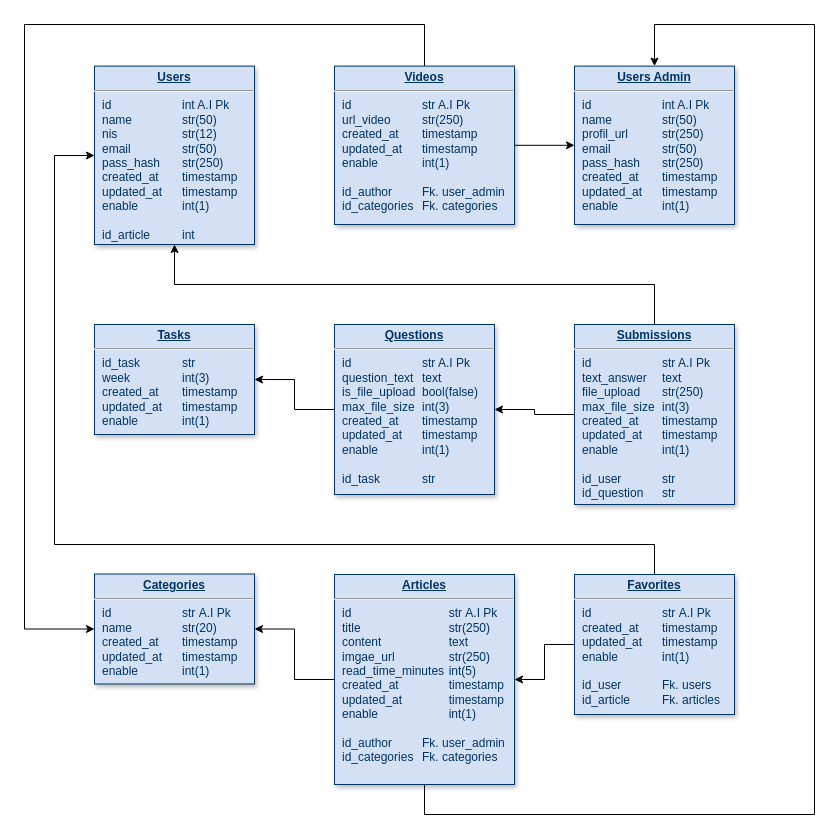
unustudents/ekonseling keeps this draw.io diagram as Database.drawio. Above is the earlier version. Source tidied: cells renumbered, new cells numbered last; positions are measured from the earlier drawing's top-left corner, leaving out a move shared by most shapes. Both pictures are drawn from the tidied source at 100%, with x=0, y=0 at pixel (24, 24).
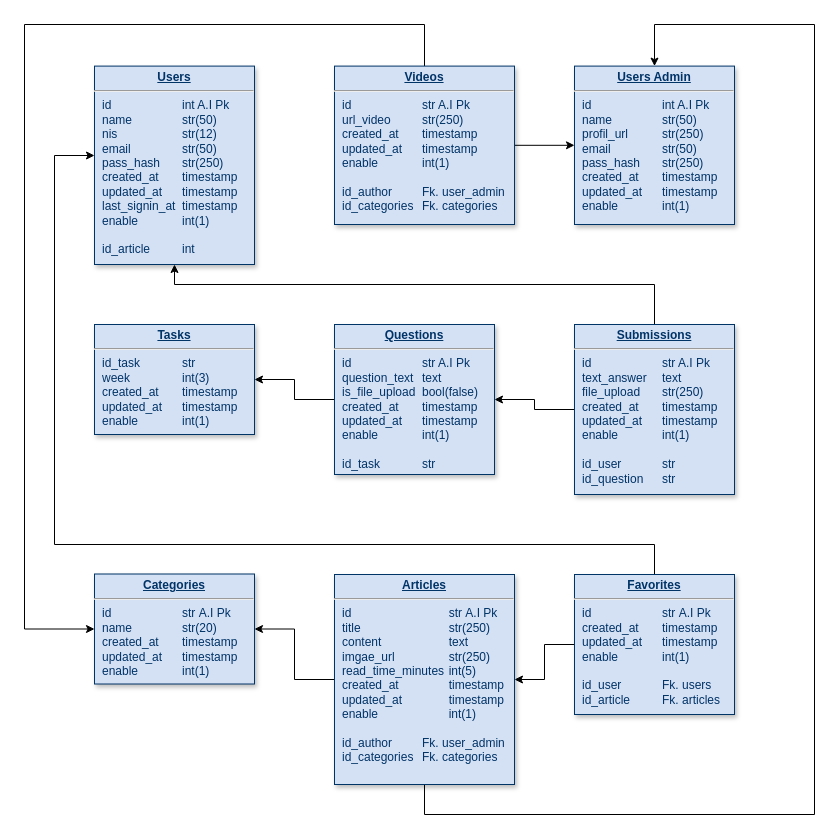
After the change.

The edit, as a diff of the source:
```diff
@@
-    <mxCell id="5" value="&lt;p style=&quot;margin: 0px; margin-top: 4px; text-align: center; text-decoration: underline;&quot;&gt;&lt;strong&gt;Users&lt;/strong&gt;&lt;/p&gt;&lt;hr&gt;&lt;p style=&quot;margin: 0px; margin-left: 8px;&quot;&gt;id&lt;span style=&quot;white-space: pre;&quot;&gt;&#9;&lt;span style=&quot;white-space: pre;&quot;&gt;&#9;&lt;span style=&quot;white-space: pre;&quot;&gt;&#9;&lt;/span&gt;int A.I Pk&lt;/span&gt;&lt;/span&gt;&lt;/p&gt;&lt;p style=&quot;margin: 0px; margin-left: 8px;&quot;&gt;name&lt;span style=&quot;white-space: pre;&quot;&gt;&#9;&lt;span style=&quot;white-space: pre;&quot;&gt;&#9;&lt;/span&gt;&lt;/span&gt;str(50)&lt;/p&gt;&lt;p style=&quot;margin: 0px; margin-left: 8px;&quot;&gt;nis&lt;span style=&quot;white-space: pre;&quot;&gt;&#9;&lt;/span&gt;&lt;span style=&quot;white-space: pre;&quot;&gt;&#9;&lt;span style=&quot;white-space: pre;&quot;&gt;&#9;&lt;/span&gt;str(12)&lt;/span&gt;&lt;/p&gt;&lt;p style=&quot;margin: 0px; margin-left: 8px;&quot;&gt;email&lt;span style=&quot;white-space: pre;&quot;&gt;&#9;&lt;/span&gt;&lt;span style=&quot;white-space: pre;&quot;&gt;&#9;&lt;/span&gt;str(50)&lt;/p&gt;&lt;p style=&quot;margin: 0px; margin-left: 8px;&quot;&gt;pass_hash&lt;span style=&quot;white-space: pre;&quot;&gt;&#9;&lt;/span&gt;str(250)&lt;/p&gt;&lt;p style=&quot;margin: 0px; margin-left: 8px;&quot;&gt;&lt;span style=&quot;background-color: initial;&quot;&gt;created_at&lt;span style=&quot;white-space: pre;&quot;&gt;&#9;&lt;/span&gt;timestamp&lt;/span&gt;&lt;/p&gt;&lt;p style=&quot;margin: 0px; margin-left: 8px;&quot;&gt;updated_at&lt;span style=&quot;white-space: pre;&quot;&gt;&#9;&lt;/span&gt;timestamp&lt;/p&gt;&lt;p style=&quot;margin: 0px; margin-left: 8px;&quot;&gt;enable&lt;span style=&quot;white-space: pre;&quot;&gt;&#9;&lt;/span&gt;&lt;span style=&quot;white-space: pre;&quot;&gt;&#9;&lt;/span&gt;int(1)&lt;/p&gt;&lt;p style=&quot;margin: 0px; margin-left: 8px;&quot;&gt;&lt;br&gt;&lt;/p&gt;&lt;p style=&quot;margin: 0px; margin-left: 8px;&quot;&gt;id_article&lt;span style=&quot;white-space: pre;&quot;&gt;&#9;&lt;/span&gt;&lt;span style=&quot;white-space: pre;&quot;&gt;&#9;&lt;/span&gt;int&lt;/p&gt;" style="verticalAlign=top;align=left;overflow=fill;fontSize=12;fontFamily=Helvetica;html=1;strokeColor=#003366;shadow=1;fillColor=#D4E1F5;fontColor=#003366;" parent="1" vertex="1">
-      <mxGeometry x="70" y="41.6" width="160" height="178.4" as="geometry" />
+    <mxCell id="5" value="&lt;p style=&quot;margin: 0px; margin-top: 4px; text-align: center; text-decoration: underline;&quot;&gt;&lt;strong&gt;Users&lt;/strong&gt;&lt;/p&gt;&lt;hr&gt;&lt;p style=&quot;margin: 0px; margin-left: 8px;&quot;&gt;id&lt;span style=&quot;white-space: pre;&quot;&gt;&#9;&lt;span style=&quot;white-space: pre;&quot;&gt;&#9;&lt;span style=&quot;white-space: pre;&quot;&gt;&#9;&lt;/span&gt;int A.I Pk&lt;/span&gt;&lt;/span&gt;&lt;/p&gt;&lt;p style=&quot;margin: 0px; margin-left: 8px;&quot;&gt;name&lt;span style=&quot;white-space: pre;&quot;&gt;&#9;&lt;span style=&quot;white-space: pre;&quot;&gt;&#9;&lt;/span&gt;&lt;/span&gt;str(50)&lt;/p&gt;&lt;p style=&quot;margin: 0px; margin-left: 8px;&quot;&gt;nis&lt;span style=&quot;white-space: pre;&quot;&gt;&#9;&lt;/span&gt;&lt;span style=&quot;white-space: pre;&quot;&gt;&#9;&lt;span style=&quot;white-space: pre;&quot;&gt;&#9;&lt;/span&gt;str(12)&lt;/span&gt;&lt;/p&gt;&lt;p style=&quot;margin: 0px; margin-left: 8px;&quot;&gt;email&lt;span style=&quot;white-space: pre;&quot;&gt;&#9;&lt;/span&gt;&lt;span style=&quot;white-space: pre;&quot;&gt;&#9;&lt;/span&gt;str(50)&lt;/p&gt;&lt;p style=&quot;margin: 0px; margin-left: 8px;&quot;&gt;pass_hash&lt;span style=&quot;white-space: pre;&quot;&gt;&#9;&lt;/span&gt;str(250)&lt;/p&gt;&lt;p style=&quot;margin: 0px; margin-left: 8px;&quot;&gt;&lt;span style=&quot;background-color: initial;&quot;&gt;created_at&lt;span style=&quot;white-space: pre;&quot;&gt;&#9;&lt;/span&gt;timestamp&lt;/span&gt;&lt;/p&gt;&lt;p style=&quot;margin: 0px; margin-left: 8px;&quot;&gt;updated_at&lt;span style=&quot;white-space: pre;&quot;&gt;&#9;&lt;/span&gt;timestamp&lt;/p&gt;&lt;p style=&quot;margin: 0px; margin-left: 8px;&quot;&gt;last_signin_at&lt;span style=&quot;white-space: pre;&quot;&gt;&#9;&lt;/span&gt;timestamp&lt;/p&gt;&lt;p style=&quot;margin: 0px; margin-left: 8px;&quot;&gt;enable&lt;span style=&quot;white-space: pre;&quot;&gt;&#9;&lt;/span&gt;&lt;span style=&quot;white-space: pre;&quot;&gt;&#9;&lt;/span&gt;int(1)&lt;/p&gt;&lt;p style=&quot;margin: 0px; margin-left: 8px;&quot;&gt;&lt;br&gt;&lt;/p&gt;&lt;p style=&quot;margin: 0px; margin-left: 8px;&quot;&gt;id_article&lt;span style=&quot;white-space: pre;&quot;&gt;&#9;&lt;/span&gt;&lt;span style=&quot;white-space: pre;&quot;&gt;&#9;&lt;/span&gt;int&lt;/p&gt;" style="verticalAlign=top;align=left;overflow=fill;fontSize=12;fontFamily=Helvetica;html=1;strokeColor=#003366;shadow=1;fillColor=#D4E1F5;fontColor=#003366;" parent="1" vertex="1">
+      <mxGeometry x="70" y="41.6" width="160" height="198.4" as="geometry" />
     </mxCell>
@@
-    <mxCell id="11" value="&lt;p style=&quot;margin: 0px; margin-top: 4px; text-align: center; text-decoration: underline;&quot;&gt;&lt;b&gt;Questions&lt;/b&gt;&lt;/p&gt;&lt;hr&gt;&lt;p style=&quot;margin: 0px; margin-left: 8px;&quot;&gt;id&lt;span style=&quot;white-space: pre;&quot;&gt;&#9;&lt;/span&gt;&lt;span style=&quot;white-space: pre;&quot;&gt;&#9;&lt;/span&gt;&lt;span style=&quot;white-space: pre;&quot;&gt;&#9;&lt;/span&gt;str A.I Pk&lt;/p&gt;&lt;p style=&quot;margin: 0px; margin-left: 8px;&quot;&gt;question_text&lt;span style=&quot;white-space: pre;&quot;&gt;&#9;&lt;/span&gt;text&lt;/p&gt;&lt;p style=&quot;margin: 0px; margin-left: 8px;&quot;&gt;is_file_upload&lt;span style=&quot;white-space: pre;&quot;&gt;&#9;&lt;/span&gt;bool(false)&lt;/p&gt;&lt;p style=&quot;margin: 0px; margin-left: 8px;&quot;&gt;max_file_size&lt;span style=&quot;white-space: pre;&quot;&gt;&#9;&lt;/span&gt;int(3)&lt;/p&gt;&lt;p style=&quot;margin: 0px; margin-left: 8px;&quot;&gt;&lt;span style=&quot;background-color: initial;&quot;&gt;created_at&lt;/span&gt;&lt;span style=&quot;background-color: initial; white-space-collapse: preserve;&quot;&gt;&#9;&lt;/span&gt;&lt;span style=&quot;background-color: initial;&quot;&gt;timestamp&lt;/span&gt;&lt;/p&gt;&lt;p style=&quot;margin: 0px; margin-left: 8px;&quot;&gt;updated_at&lt;span style=&quot;white-space: pre;&quot;&gt;&#9;&lt;/span&gt;&lt;span style=&quot;background-color: initial;&quot;&gt;timestamp&lt;/span&gt;&lt;/p&gt;&lt;p style=&quot;margin: 0px; margin-left: 8px;&quot;&gt;enable&lt;span style=&quot;white-space: pre;&quot;&gt;&#9;&lt;/span&gt;&lt;span style=&quot;white-space: pre;&quot;&gt;&#9;&lt;/span&gt;int(1)&lt;/p&gt;&lt;p style=&quot;margin: 0px; margin-left: 8px;&quot;&gt;&lt;br&gt;&lt;/p&gt;&lt;p style=&quot;margin: 0px; margin-left: 8px;&quot;&gt;id_task&lt;span style=&quot;white-space: pre;&quot;&gt;&#9;&lt;/span&gt;&lt;span style=&quot;white-space: pre;&quot;&gt;&#9;&lt;/span&gt;str&lt;/p&gt;" style="verticalAlign=top;align=left;overflow=fill;fontSize=12;fontFamily=Helvetica;html=1;strokeColor=#003366;shadow=1;fillColor=#D4E1F5;fontColor=#003366;" parent="1" vertex="1">
-      <mxGeometry x="310" y="300" width="160" height="170" as="geometry" />
+    <mxCell id="11" value="&lt;p style=&quot;margin: 0px; margin-top: 4px; text-align: center; text-decoration: underline;&quot;&gt;&lt;b&gt;Questions&lt;/b&gt;&lt;/p&gt;&lt;hr&gt;&lt;p style=&quot;margin: 0px; margin-left: 8px;&quot;&gt;id&lt;span style=&quot;white-space: pre;&quot;&gt;&#9;&lt;/span&gt;&lt;span style=&quot;white-space: pre;&quot;&gt;&#9;&lt;/span&gt;&lt;span style=&quot;white-space: pre;&quot;&gt;&#9;&lt;/span&gt;str A.I Pk&lt;/p&gt;&lt;p style=&quot;margin: 0px; margin-left: 8px;&quot;&gt;question_text&lt;span style=&quot;white-space: pre;&quot;&gt;&#9;&lt;/span&gt;text&lt;/p&gt;&lt;p style=&quot;margin: 0px; margin-left: 8px;&quot;&gt;is_file_upload&lt;span style=&quot;white-space: pre;&quot;&gt;&#9;&lt;/span&gt;bool(false)&lt;/p&gt;&lt;p style=&quot;margin: 0px; margin-left: 8px;&quot;&gt;&lt;span style=&quot;background-color: initial;&quot;&gt;created_at&lt;/span&gt;&lt;span style=&quot;background-color: initial; white-space-collapse: preserve;&quot;&gt;&#9;&lt;/span&gt;&lt;span style=&quot;background-color: initial;&quot;&gt;timestamp&lt;/span&gt;&lt;/p&gt;&lt;p style=&quot;margin: 0px; margin-left: 8px;&quot;&gt;updated_at&lt;span style=&quot;white-space: pre;&quot;&gt;&#9;&lt;/span&gt;&lt;span style=&quot;background-color: initial;&quot;&gt;timestamp&lt;/span&gt;&lt;/p&gt;&lt;p style=&quot;margin: 0px; margin-left: 8px;&quot;&gt;enable&lt;span style=&quot;white-space: pre;&quot;&gt;&#9;&lt;/span&gt;&lt;span style=&quot;white-space: pre;&quot;&gt;&#9;&lt;/span&gt;int(1)&lt;/p&gt;&lt;p style=&quot;margin: 0px; margin-left: 8px;&quot;&gt;&lt;br&gt;&lt;/p&gt;&lt;p style=&quot;margin: 0px; margin-left: 8px;&quot;&gt;id_task&lt;span style=&quot;white-space: pre;&quot;&gt;&#9;&lt;/span&gt;&lt;span style=&quot;white-space: pre;&quot;&gt;&#9;&lt;/span&gt;str&lt;/p&gt;" style="verticalAlign=top;align=left;overflow=fill;fontSize=12;fontFamily=Helvetica;html=1;strokeColor=#003366;shadow=1;fillColor=#D4E1F5;fontColor=#003366;" parent="1" vertex="1">
+      <mxGeometry x="310" y="300" width="160" height="150" as="geometry" />
     </mxCell>
@@
-    <mxCell id="14" value="&lt;p style=&quot;margin: 0px; margin-top: 4px; text-align: center; text-decoration: underline;&quot;&gt;&lt;b&gt;Submissions&lt;/b&gt;&lt;/p&gt;&lt;hr&gt;&lt;p style=&quot;margin: 0px; margin-left: 8px;&quot;&gt;id&lt;span style=&quot;white-space: pre;&quot;&gt;&#9;&lt;/span&gt;&lt;span style=&quot;white-space: pre;&quot;&gt;&#9;&lt;/span&gt;&lt;span style=&quot;white-space: pre;&quot;&gt;&#9;&lt;/span&gt;str A.I Pk&lt;/p&gt;&lt;p style=&quot;margin: 0px; margin-left: 8px;&quot;&gt;text_answer&lt;span style=&quot;white-space: pre;&quot;&gt;&#9;&lt;/span&gt;text&lt;/p&gt;&lt;p style=&quot;margin: 0px; margin-left: 8px;&quot;&gt;file_upload&lt;span style=&quot;white-space: pre;&quot;&gt;&#9;&lt;/span&gt;str(250)&lt;/p&gt;&lt;p style=&quot;margin: 0px; margin-left: 8px;&quot;&gt;max_file_size&lt;span style=&quot;white-space: pre;&quot;&gt;&#9;&lt;/span&gt;int(3)&lt;/p&gt;&lt;p style=&quot;margin: 0px; margin-left: 8px;&quot;&gt;&lt;span style=&quot;background-color: initial;&quot;&gt;created_at&lt;/span&gt;&lt;span style=&quot;background-color: initial; white-space-collapse: preserve;&quot;&gt;&#9;&lt;/span&gt;&lt;span style=&quot;background-color: initial;&quot;&gt;timestamp&lt;/span&gt;&lt;/p&gt;&lt;p style=&quot;margin: 0px; margin-left: 8px;&quot;&gt;updated_at&lt;span style=&quot;white-space: pre;&quot;&gt;&#9;&lt;/span&gt;&lt;span style=&quot;background-color: initial;&quot;&gt;timestamp&lt;/span&gt;&lt;/p&gt;&lt;p style=&quot;margin: 0px; margin-left: 8px;&quot;&gt;enable&lt;span style=&quot;white-space: pre;&quot;&gt;&#9;&lt;/span&gt;&lt;span style=&quot;white-space: pre;&quot;&gt;&#9;&lt;/span&gt;int(1)&lt;/p&gt;&lt;p style=&quot;margin: 0px; margin-left: 8px;&quot;&gt;&lt;br&gt;&lt;/p&gt;&lt;p style=&quot;margin: 0px; margin-left: 8px;&quot;&gt;id_user&lt;span style=&quot;white-space: pre;&quot;&gt;&#9;&lt;/span&gt;&lt;span style=&quot;white-space: pre;&quot;&gt;&#9;&lt;/span&gt;str&lt;/p&gt;&lt;p style=&quot;margin: 0px; margin-left: 8px;&quot;&gt;id_question&lt;span style=&quot;white-space: pre;&quot;&gt;&#9;&lt;/span&gt;str&lt;/p&gt;" style="verticalAlign=top;align=left;overflow=fill;fontSize=12;fontFamily=Helvetica;html=1;strokeColor=#003366;shadow=1;fillColor=#D4E1F5;fontColor=#003366;" parent="1" vertex="1">
-      <mxGeometry x="550" y="300" width="160" height="180" as="geometry" />
+    <mxCell id="14" value="&lt;p style=&quot;margin: 0px; margin-top: 4px; text-align: center; text-decoration: underline;&quot;&gt;&lt;b&gt;Submissions&lt;/b&gt;&lt;/p&gt;&lt;hr&gt;&lt;p style=&quot;margin: 0px; margin-left: 8px;&quot;&gt;id&lt;span style=&quot;white-space: pre;&quot;&gt;&#9;&lt;/span&gt;&lt;span style=&quot;white-space: pre;&quot;&gt;&#9;&lt;/span&gt;&lt;span style=&quot;white-space: pre;&quot;&gt;&#9;&lt;/span&gt;str A.I Pk&lt;/p&gt;&lt;p style=&quot;margin: 0px; margin-left: 8px;&quot;&gt;text_answer&lt;span style=&quot;white-space: pre;&quot;&gt;&#9;&lt;/span&gt;text&lt;/p&gt;&lt;p style=&quot;margin: 0px; margin-left: 8px;&quot;&gt;file_upload&lt;span style=&quot;white-space: pre;&quot;&gt;&#9;&lt;/span&gt;str(250)&lt;/p&gt;&lt;p style=&quot;margin: 0px; margin-left: 8px;&quot;&gt;&lt;span style=&quot;background-color: initial;&quot;&gt;created_at&lt;/span&gt;&lt;span style=&quot;background-color: initial; white-space-collapse: preserve;&quot;&gt;&#9;&lt;/span&gt;&lt;span style=&quot;background-color: initial;&quot;&gt;timestamp&lt;/span&gt;&lt;/p&gt;&lt;p style=&quot;margin: 0px; margin-left: 8px;&quot;&gt;updated_at&lt;span style=&quot;white-space: pre;&quot;&gt;&#9;&lt;/span&gt;&lt;span style=&quot;background-color: initial;&quot;&gt;timestamp&lt;/span&gt;&lt;/p&gt;&lt;p style=&quot;margin: 0px; margin-left: 8px;&quot;&gt;enable&lt;span style=&quot;white-space: pre;&quot;&gt;&#9;&lt;/span&gt;&lt;span style=&quot;white-space: pre;&quot;&gt;&#9;&lt;/span&gt;int(1)&lt;/p&gt;&lt;p style=&quot;margin: 0px; margin-left: 8px;&quot;&gt;&lt;br&gt;&lt;/p&gt;&lt;p style=&quot;margin: 0px; margin-left: 8px;&quot;&gt;id_user&lt;span style=&quot;white-space: pre;&quot;&gt;&#9;&lt;/span&gt;&lt;span style=&quot;white-space: pre;&quot;&gt;&#9;&lt;/span&gt;str&lt;/p&gt;&lt;p style=&quot;margin: 0px; margin-left: 8px;&quot;&gt;id_question&lt;span style=&quot;white-space: pre;&quot;&gt;&#9;&lt;/span&gt;str&lt;/p&gt;" style="verticalAlign=top;align=left;overflow=fill;fontSize=12;fontFamily=Helvetica;html=1;strokeColor=#003366;shadow=1;fillColor=#D4E1F5;fontColor=#003366;" parent="1" vertex="1">
+      <mxGeometry x="550" y="300" width="160" height="170" as="geometry" />
     </mxCell>
```
